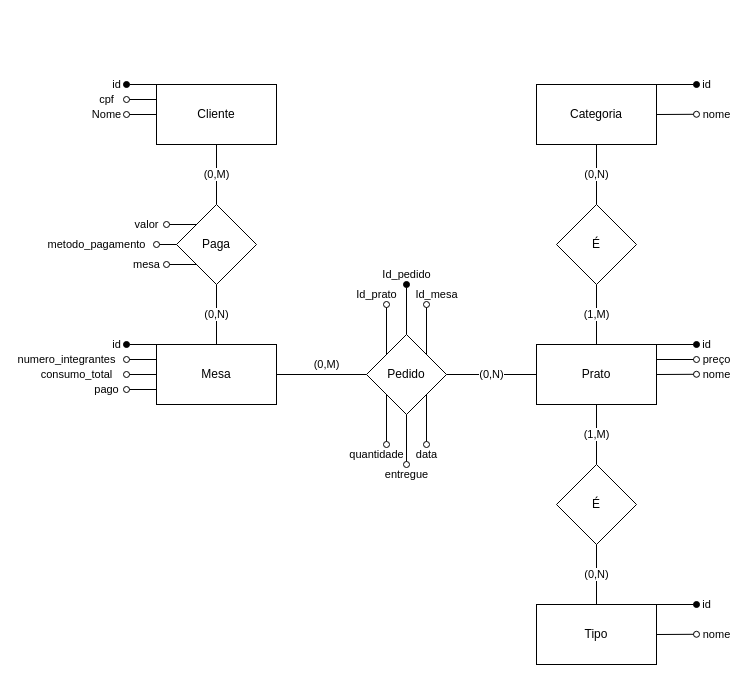
LucasEdu-code/BD_projeto_v1 keeps this draw.io diagram as Modelagem/Diagrama_ER.drawio. Above is the earlier version. Source tidied: cells renumbered, new cells numbered last; positions are measured from the earlier drawing's top-left corner, leaving out a move shared by most shapes. Both pictures are drawn from the tidied source at 100%, with x=0, y=0 at pixel (126, 84).
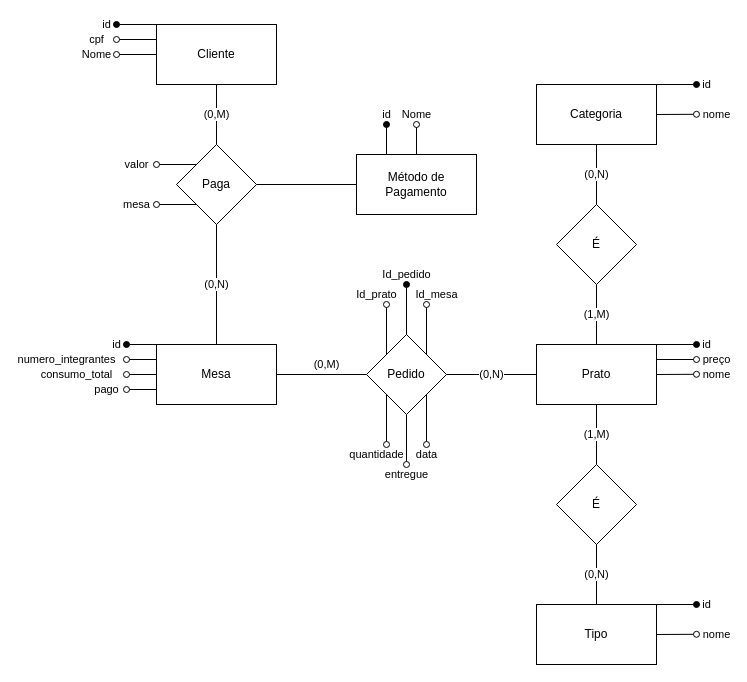
After the change.

Commit message (it also covers changes not shown here):
Adição da tabela métodos de pagamento,

Change to the diagram source:
```diff
@@
+    <mxCell id="42" style="edgeStyle=orthogonalEdgeStyle;rounded=0;jettySize=auto;html=1;endArrow=none;endFill=0;" parent="1" edge="1" source="14" target="43">
+      <mxGeometry relative="1" as="geometry" />
+    </mxCell>
     <mxCell id="14" value="Paga" style="rhombus;whiteSpace=wrap;html=1;" parent="1" vertex="1">
-      <mxGeometry x="50" y="120" width="80" height="80" as="geometry" />
+      <mxGeometry x="50" y="60" width="80" height="80" as="geometry" />
     </mxCell>
@@
     <mxCell id="19" value="Cliente" style="rounded=0;whiteSpace=wrap;html=1;" parent="1" vertex="1">
-      <mxGeometry x="30" width="120" height="60" as="geometry" />
+      <mxGeometry x="30" y="-60" width="120" height="60" as="geometry" />
     </mxCell>
     <mxCell id="20" value="valor" style="endArrow=none;html=1;rounded=0;entryX=0;entryY=0;entryDx=0;entryDy=0;endFill=0;startArrow=oval;startFill=0;" parent="1" edge="1" target="14">
       <mxGeometry x="-1" y="-20" relative="1" as="geometry">
-        <mxPoint x="40" y="140" as="sourcePoint" />
+        <mxPoint x="30" y="80" as="sourcePoint" />
         <mxPoint x="-20" y="-20" as="offset" />
       </mxGeometry>
     </mxCell>
-    <mxCell id="21" value="metodo_pagamento" style="endArrow=oval;html=1;rounded=0;endFill=0;exitX=0;exitY=0.5;exitDx=0;exitDy=0;" parent="1" edge="1" source="14">
-      <mxGeometry x="1" y="60" relative="1" as="geometry">
-        <mxPoint x="30" y="160" as="targetPoint" />
-        <mxPoint x="-60" y="-60" as="offset" />
-      </mxGeometry>
-    </mxCell>
     <mxCell id="22" value="id" style="endArrow=oval;html=1;rounded=0;endFill=1;exitX=0;exitY=0;exitDx=0;exitDy=0;" parent="1" edge="1" source="19">
       <mxGeometry x="1" y="10" relative="1" as="geometry">
-        <mxPoint as="targetPoint" />
+        <mxPoint x="-10" y="-60" as="targetPoint" />
         <mxPoint x="-10" y="-10" as="offset" />
       </mxGeometry>
     </mxCell>
     <mxCell id="23" value="cpf" style="endArrow=oval;html=1;rounded=0;endFill=0;exitX=0;exitY=0.25;exitDx=0;exitDy=0;" parent="1" edge="1" source="19">
       <mxGeometry x="1" y="20" relative="1" as="geometry">
-        <mxPoint y="15" as="targetPoint" />
+        <mxPoint x="-10" y="-45" as="targetPoint" />
         <mxPoint x="-20" y="-20" as="offset" />
       </mxGeometry>
     </mxCell>
     <mxCell id="24" value="Nome" style="endArrow=oval;html=1;rounded=0;endFill=0;exitX=0;exitY=0.5;exitDx=0;exitDy=0;" parent="1" edge="1" source="19">
       <mxGeometry x="1" y="20" relative="1" as="geometry">
-        <mxPoint y="30" as="targetPoint" />
+        <mxPoint x="-10" y="-30" as="targetPoint" />
         <mxPoint x="-20" y="-20" as="offset" />
       </mxGeometry>
     </mxCell>
     <mxCell id="25" value="mesa" style="endArrow=oval;html=1;rounded=0;endFill=0;exitX=0;exitY=1;exitDx=0;exitDy=0;" parent="1" edge="1" source="14">
       <mxGeometry x="1" y="20" relative="1" as="geometry">
-        <mxPoint x="40" y="180" as="targetPoint" />
+        <mxPoint x="30" y="120" as="targetPoint" />
         <mxPoint x="-20" y="-20" as="offset" />
       </mxGeometry>
     </mxCell>
@@
+    <mxCell id="43" value="Método de Pagamento" style="rounded=0;whiteSpace=wrap;html=1;" parent="1" vertex="1">
+      <mxGeometry x="230" y="70" width="120" height="60" as="geometry" />
+    </mxCell>
+    <mxCell id="44" value="id" style="endArrow=oval;html=1;rounded=0;endFill=1;exitX=0.25;exitY=0;exitDx=0;exitDy=0;" parent="1" edge="1" source="43">
+      <mxGeometry x="1" y="10" relative="1" as="geometry">
+        <mxPoint x="260" y="40" as="targetPoint" />
+        <mxPoint x="10" y="-10" as="offset" />
+      </mxGeometry>
+    </mxCell>
+    <mxCell id="45" value="Nome" style="endArrow=oval;html=1;rounded=0;endFill=0;" parent="1" edge="1">
+      <mxGeometry x="1" y="10" relative="1" as="geometry">
+        <mxPoint x="290" y="70" as="sourcePoint" />
+        <mxPoint x="290" y="40" as="targetPoint" />
+        <mxPoint x="10" y="-10" as="offset" />
+      </mxGeometry>
+    </mxCell>
```
